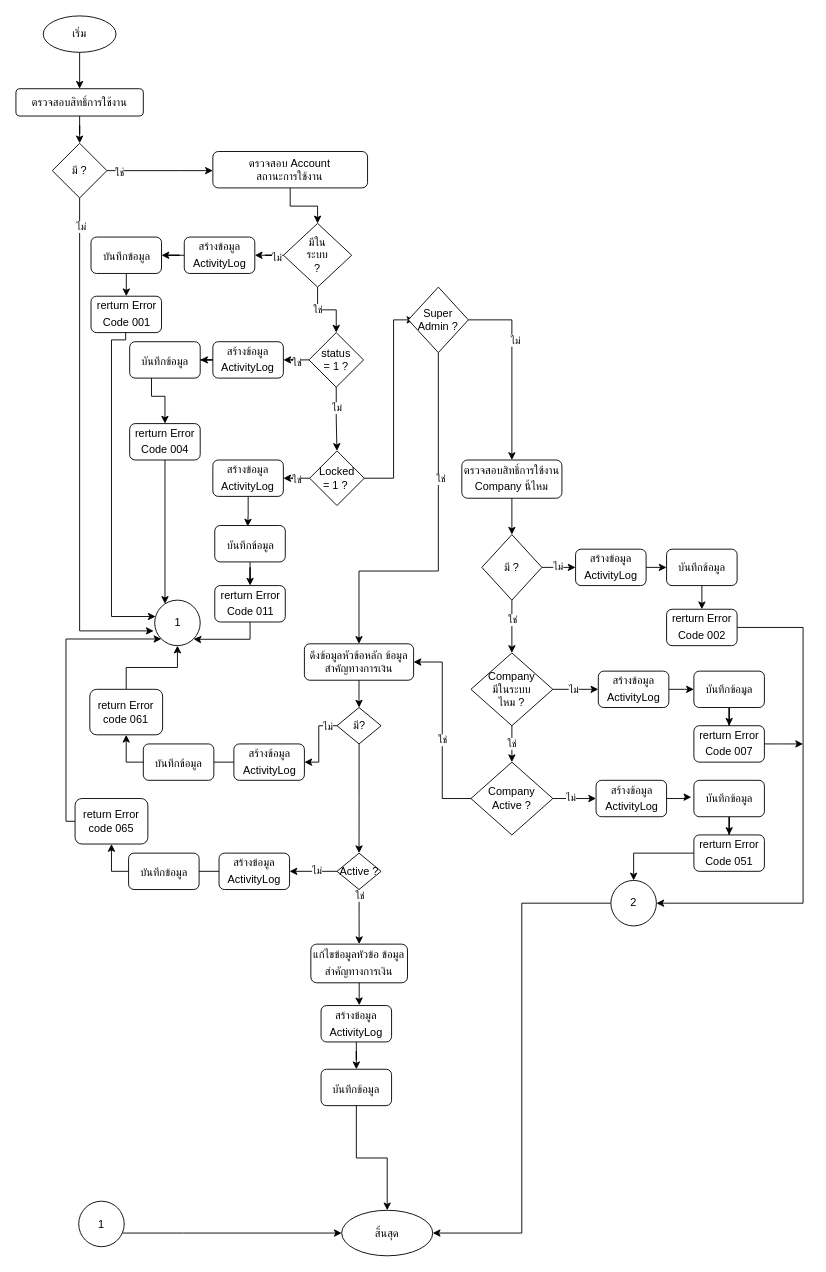
Above: page "หน้า-3" (3 of 4) of FinancialStatements.drawio in charifrodmanee/charifrodmanee (draw.io), before the change. Source tidied: cells renumbered, new cells numbered last; positions are measured from the earlier drawing's top-left corner, leaving out a move shared by most shapes. Both pictures are drawn from the tidied source at 91%, with x=0, y=0 at pixel (15, 15).
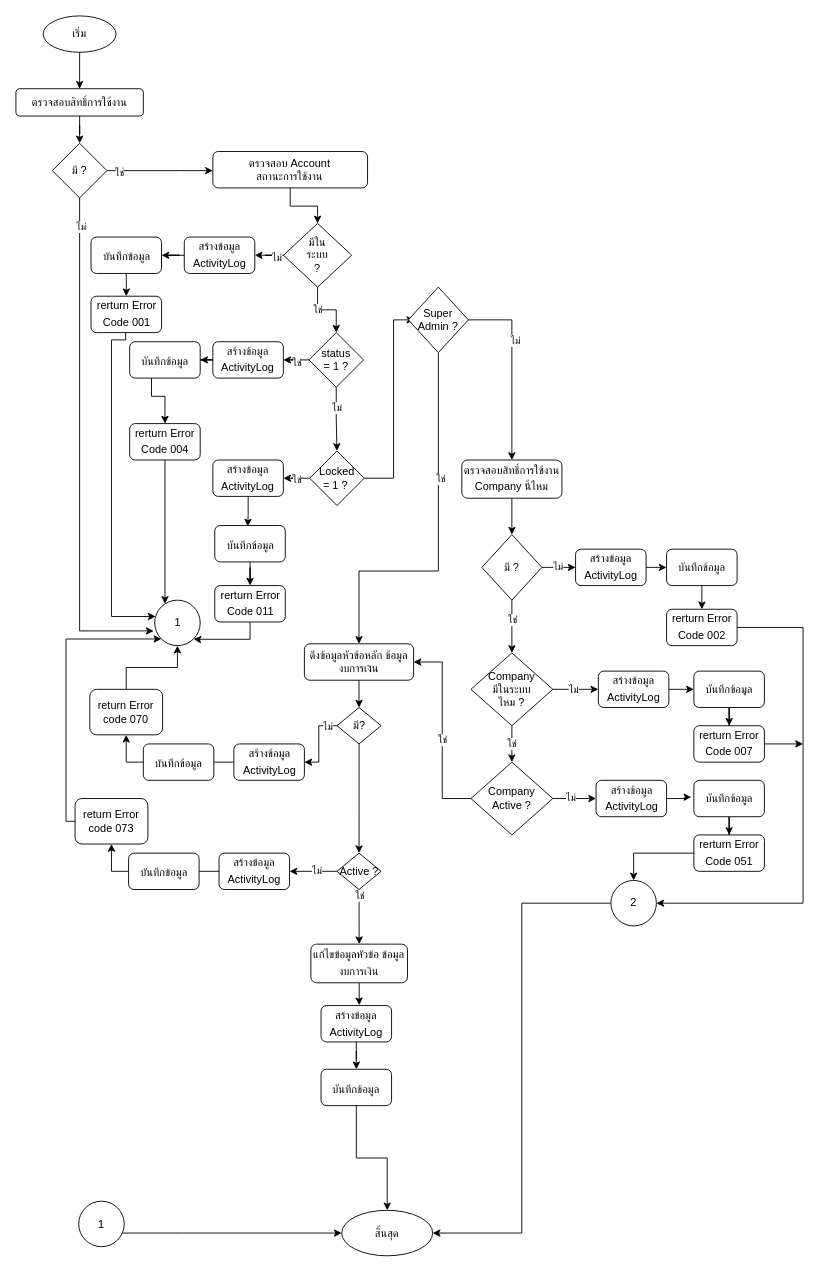
After the change.

The change refers to these unchanged cells:
```xml
<mxCell id="103" style="group;" parent="1" vertex="1">
  <mxGeometry x="65" y="860" width="235.8" height="100" as="geometry" />
</mxCell>
<mxCell id="113" style="group;" parent="109" vertex="1">
  <mxGeometry x="260.1" width="96.2" height="177.5" as="geometry" />
</mxCell>
```

What changed in the source:
```diff
@@
-    <mxCell id="87" value="ดึงข้อมูลหัวข้อหลัก ข้อมูลสำคัญทางการเงิน" style="rounded=1;whiteSpace=wrap;html=1;" parent="1" vertex="1">
+    <mxCell id="87" value="ดึงข้อมูลหัวข้อหลัก ข้อมูลงบการเงิน" style="rounded=1;whiteSpace=wrap;html=1;" parent="1" vertex="1">
       <mxGeometry x="317" y="690" width="120" height="40" as="geometry" />
     </mxCell>
@@
-    <mxCell id="92" value="return Error code 061" style="rounded=1;whiteSpace=wrap;html=1;" parent="1" vertex="1">
+    <mxCell id="92" value="return Error code 070" style="rounded=1;whiteSpace=wrap;html=1;" parent="1" vertex="1">
       <mxGeometry x="81.2" y="740" width="80" height="50" as="geometry" />
     </mxCell>
@@
-    <mxCell id="104" value="return Error code 065" style="rounded=1;whiteSpace=wrap;html=1;" parent="103" vertex="1">
+    <mxCell id="104" value="return Error code 073" style="rounded=1;whiteSpace=wrap;html=1;" parent="103" vertex="1">
       <mxGeometry width="80" height="50" as="geometry" />
     </mxCell>
@@
-    <mxCell id="114" value="แก้ไขข้อมูลหัวข้อ ข้อมูลสำคัญทางการเงิน&lt;span style=&quot;font-size: medium; text-align: start;&quot;&gt;&lt;/span&gt;" style="rounded=1;whiteSpace=wrap;html=1;" parent="113" vertex="1">
+    <mxCell id="114" value="แก้ไขข้อมูลหัวข้อ ข้อมูลงบการเงิน&lt;span style=&quot;font-size: medium; text-align: start;&quot;&gt;&lt;/span&gt;" style="rounded=1;whiteSpace=wrap;html=1;" parent="113" vertex="1">
       <mxGeometry x="-5" width="106.2" height="42.5" as="geometry" />
     </mxCell>
```
